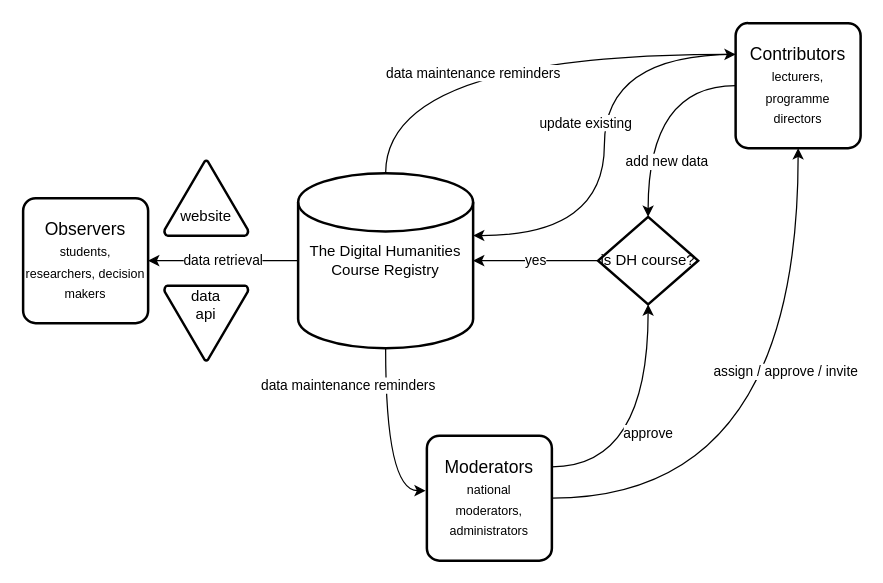
Above: app/webroot/files/DHCR processes.drawio in hashmich/DHCR-Back-End (draw.io), before the change. Source tidied: cells renumbered, new cells numbered last; positions are measured from the earlier drawing's top-left corner, leaving out a move shared by most shapes. Both pictures are drawn from the tidied source at 125%, with x=0, y=0 at pixel (22, 22).
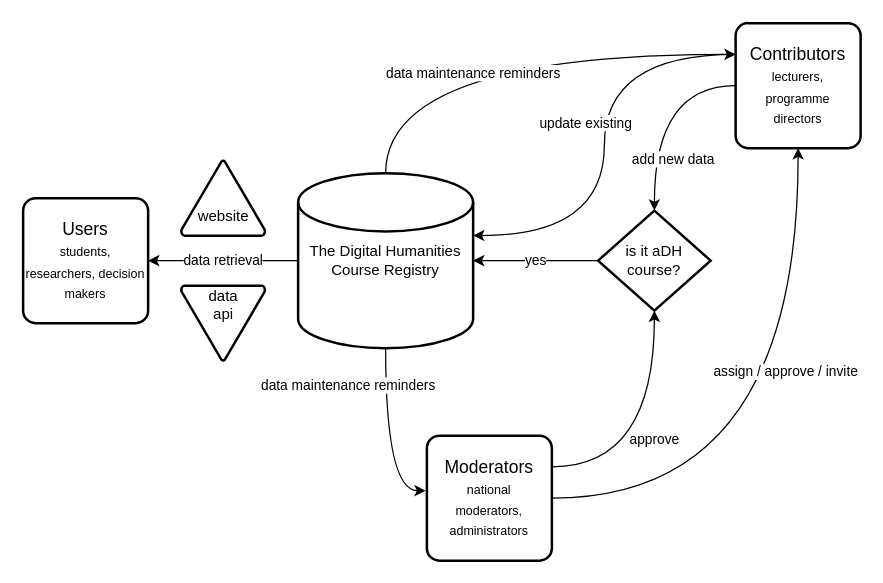
After the change.

Change to the diagram source:
```diff
@@
 <mxGraphModel>
   <root>
     <mxCell id="0" />
     <mxCell id="1" parent="0" />
     <mxCell id="2" value="data retrieval" style="edgeStyle=orthogonalEdgeStyle;rounded=0;jettySize=auto;html=1;exitX=0;exitY=0.5;exitDx=0;exitDy=0;entryX=1;entryY=0.5;entryDx=0;entryDy=0;elbow=vertical;curved=1;" parent="1" edge="1" source="5" target="6">
       <mxGeometry relative="1" as="geometry" />
     </mxCell>
     <mxCell id="3" value="data maintenance reminders" style="edgeStyle=orthogonalEdgeStyle;curved=1;rounded=0;jettySize=auto;html=1;exitX=0.5;exitY=0;exitDx=0;exitDy=0;entryX=0;entryY=0.25;entryDx=0;entryDy=0;" parent="1" edge="1" source="5" target="9">
       <mxGeometry x="-0.12" y="-15" relative="1" as="geometry" />
     </mxCell>
     <mxCell id="4" value="data maintenance reminders" style="edgeStyle=orthogonalEdgeStyle;curved=1;rounded=0;jettySize=auto;html=1;exitX=0.5;exitY=1;exitDx=0;exitDy=0;entryX=-0.01;entryY=0.44;entryDx=0;entryDy=0;entryPerimeter=0;" parent="1" edge="1" source="5" target="12">
       <mxGeometry x="-0.59" y="-30" relative="1" as="geometry" />
     </mxCell>
     <mxCell id="5" value="The Digital Humanities Course Registry" style="strokeWidth=2;html=1;shape=mxgraph.flowchart.database;whiteSpace=wrap;fontFamily=Helvetica;fontSize=12;fontColor=#000000;align=center;strokeColor=#000000;fillColor=#ffffff;" parent="1" vertex="1">
       <mxGeometry x="220" y="120" width="140" height="140" as="geometry" />
     </mxCell>
-    <mxCell id="6" value="&lt;div&gt;Observers&lt;/div&gt;&lt;div&gt;&lt;font style=&quot;font-size: 10px&quot;&gt;students, researchers, decision makers&lt;/font&gt;&lt;br&gt;&lt;/div&gt;" style="strokeWidth=2;rounded=1;arcSize=10;whiteSpace=wrap;html=1;align=center;fontSize=14;" parent="1" vertex="1">
+    <mxCell id="6" value="&lt;div&gt;Users&lt;/div&gt;&lt;div&gt;&lt;font style=&quot;font-size: 10px&quot;&gt;students, researchers, decision makers&lt;/font&gt;&lt;br&gt;&lt;/div&gt;" style="strokeWidth=2;rounded=1;arcSize=10;whiteSpace=wrap;html=1;align=center;fontSize=14;" parent="1" vertex="1">
       <mxGeometry y="140" width="100" height="100" as="geometry" />
     </mxCell>
     <mxCell id="7" value="add new data" style="edgeStyle=orthogonalEdgeStyle;curved=1;rounded=0;jettySize=auto;html=1;exitX=0;exitY=0.5;exitDx=0;exitDy=0;entryX=0.5;entryY=0;entryDx=0;entryDy=0;entryPerimeter=0;" parent="1" edge="1" source="9" target="14">
       <mxGeometry x="0.5" y="15" relative="1" as="geometry" />
     </mxCell>
     <mxCell id="8" value="update existing" style="edgeStyle=orthogonalEdgeStyle;curved=1;rounded=0;jettySize=auto;html=1;exitX=0;exitY=0.25;exitDx=0;exitDy=0;entryX=1;entryY=0.357;entryDx=0;entryDy=0;entryPerimeter=0;" parent="1" edge="1" source="9" target="5">
       <mxGeometry x="-0.41" y="57" relative="1" as="geometry">
         <mxPoint x="-72" y="55" as="offset" />
       </mxGeometry>
     </mxCell>
     <mxCell id="9" value="&lt;div&gt;Contributors&lt;/div&gt;&lt;div&gt;&lt;font style=&quot;font-size: 10px&quot;&gt;lecturers,&lt;/font&gt;&lt;/div&gt;&lt;div&gt;&lt;font style=&quot;font-size: 10px&quot;&gt;programme&lt;/font&gt;&lt;/div&gt;&lt;div&gt;&lt;font style=&quot;font-size: 10px&quot;&gt;directors&lt;/font&gt;&lt;br&gt;&lt;/div&gt;" style="strokeWidth=2;rounded=1;arcSize=10;whiteSpace=wrap;html=1;align=center;fontSize=14;" parent="1" vertex="1">
       <mxGeometry x="570" width="100" height="100" as="geometry" />
     </mxCell>
     <mxCell id="10" value="assign / approve / invite" style="edgeStyle=orthogonalEdgeStyle;curved=1;rounded=0;jettySize=auto;html=1;exitX=1;exitY=0.5;exitDx=0;exitDy=0;" parent="1" edge="1" source="12" target="9">
       <mxGeometry x="0.25" y="10" relative="1" as="geometry" />
     </mxCell>
     <mxCell id="11" value="approve" style="edgeStyle=orthogonalEdgeStyle;curved=1;rounded=0;jettySize=auto;html=1;exitX=1;exitY=0.25;exitDx=0;exitDy=0;entryX=0.5;entryY=1;entryDx=0;entryDy=0;entryPerimeter=0;" parent="1" edge="1" source="12" target="14">
       <mxGeometry relative="1" as="geometry" />
     </mxCell>
     <mxCell id="12" value="&lt;div&gt;Moderators&lt;/div&gt;&lt;div&gt;&lt;font style=&quot;font-size: 10px&quot;&gt;national&lt;/font&gt;&lt;/div&gt;&lt;div&gt;&lt;font style=&quot;font-size: 10px&quot;&gt;moderators,&lt;/font&gt;&lt;/div&gt;&lt;div&gt;&lt;font style=&quot;font-size: 10px&quot;&gt;administrators&lt;/font&gt;&lt;br&gt;&lt;/div&gt;" style="strokeWidth=2;rounded=1;arcSize=10;whiteSpace=wrap;html=1;align=center;fontSize=14;" parent="1" vertex="1">
       <mxGeometry x="323" y="330" width="100" height="100" as="geometry" />
     </mxCell>
     <mxCell id="13" value="yes" style="edgeStyle=orthogonalEdgeStyle;curved=1;rounded=0;jettySize=auto;html=1;exitX=0;exitY=0.5;exitDx=0;exitDy=0;exitPerimeter=0;" parent="1" edge="1" source="14" target="5">
       <mxGeometry relative="1" as="geometry" />
     </mxCell>
-    <mxCell id="14" value="is DH course?" style="strokeWidth=2;html=1;shape=mxgraph.flowchart.decision;whiteSpace=wrap;" parent="1" vertex="1">
-      <mxGeometry x="460" y="155" width="80" height="70" as="geometry" />
+    <mxCell id="14" value="is it aDH course?" style="strokeWidth=2;html=1;shape=mxgraph.flowchart.decision;whiteSpace=wrap;" parent="1" vertex="1">
+      <mxGeometry x="460" y="150" width="90" height="80" as="geometry" />
     </mxCell>
     <mxCell id="15" value="&lt;div&gt;&lt;br&gt;&lt;/div&gt;&lt;div&gt;&lt;br&gt;&lt;/div&gt;&lt;div&gt;website&lt;/div&gt;" style="strokeWidth=2;html=1;shape=mxgraph.flowchart.extract_or_measurement;whiteSpace=wrap;" parent="1" vertex="1">
-      <mxGeometry x="113" y="110" width="67" height="60" as="geometry" />
+      <mxGeometry x="126.5" y="110" width="67" height="60" as="geometry" />
     </mxCell>
     <mxCell id="16" value="&lt;div&gt;data&lt;/div&gt;&lt;div&gt;api&lt;/div&gt;&lt;div&gt;&lt;br&gt;&lt;/div&gt;&lt;div&gt;&lt;br&gt;&lt;/div&gt;" style="strokeWidth=2;html=1;shape=mxgraph.flowchart.extract_or_measurement;whiteSpace=wrap;rotation=0;direction=west;" parent="1" vertex="1">
-      <mxGeometry x="113" y="210" width="67" height="60" as="geometry" />
+      <mxGeometry x="126.5" y="210" width="67" height="60" as="geometry" />
     </mxCell>
   </root>
 </mxGraphModel>
```
